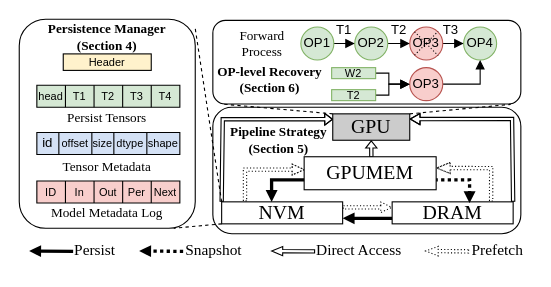
Earlier version of the draw.io diagram fig/system_design.drawio (icszhr/NCheck). Source tidied: cells renumbered, new cells numbered last; positions are measured from the earlier drawing's top-left corner, leaving out a move shared by most shapes. Both pictures are drawn from the tidied source at 110%, with x=0, y=0 at pixel (19, 19).
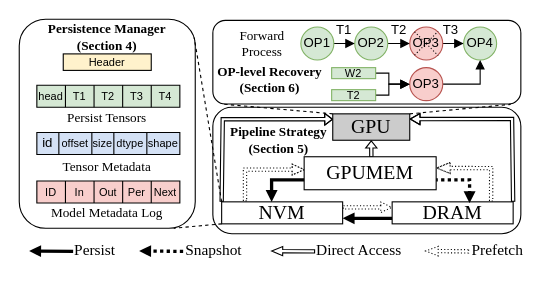
Above is the later version.

The change refers to these unchanged cells:
```xml
<mxCell id="8" value="&lt;font face=&quot;Times New Roman&quot; style=&quot;font-size: 18px;&quot;&gt;NVM&lt;/font&gt;" style="rounded=0;whiteSpace=wrap;html=1;" parent="1" vertex="1">
  <mxGeometry x="184" y="166" width="110" height="20" as="geometry" />
</mxCell>
<mxCell id="49" value="&lt;font face=&quot;Times New Roman&quot;&gt;&lt;b&gt;Persistence Manager&lt;/b&gt;&lt;/font&gt;&lt;div&gt;&lt;font face=&quot;Times New Roman&quot;&gt;&lt;b&gt;(Section 4)&lt;/b&gt;&lt;/font&gt;&lt;/div&gt;" style="text;html=1;align=center;verticalAlign=middle;whiteSpace=wrap;rounded=0;" parent="1" vertex="1">
  <mxGeometry y="1" width="160" height="30" as="geometry" />
</mxCell>
```

Diff of the diagram source:
```diff
@@
-    <mxCell id="75" style="rounded=0;jettySize=auto;html=1;exitX=0;exitY=0;exitDx=0;exitDy=0;entryX=1;entryY=0.25;entryDx=0;entryDy=0;dashed=1;endArrow=none;endFill=0;" parent="1" edge="1" source="8" target="49">
+    <mxCell id="75" style="rounded=0;jettySize=auto;html=1;exitX=0;exitY=0;exitDx=0;exitDy=0;entryX=0.994;entryY=0.519;entryDx=0;entryDy=0;dashed=1;endArrow=none;endFill=0;entryPerimeter=0;" parent="1" edge="1" source="8" target="49">
       <mxGeometry relative="1" as="geometry" />
     </mxCell>
```
